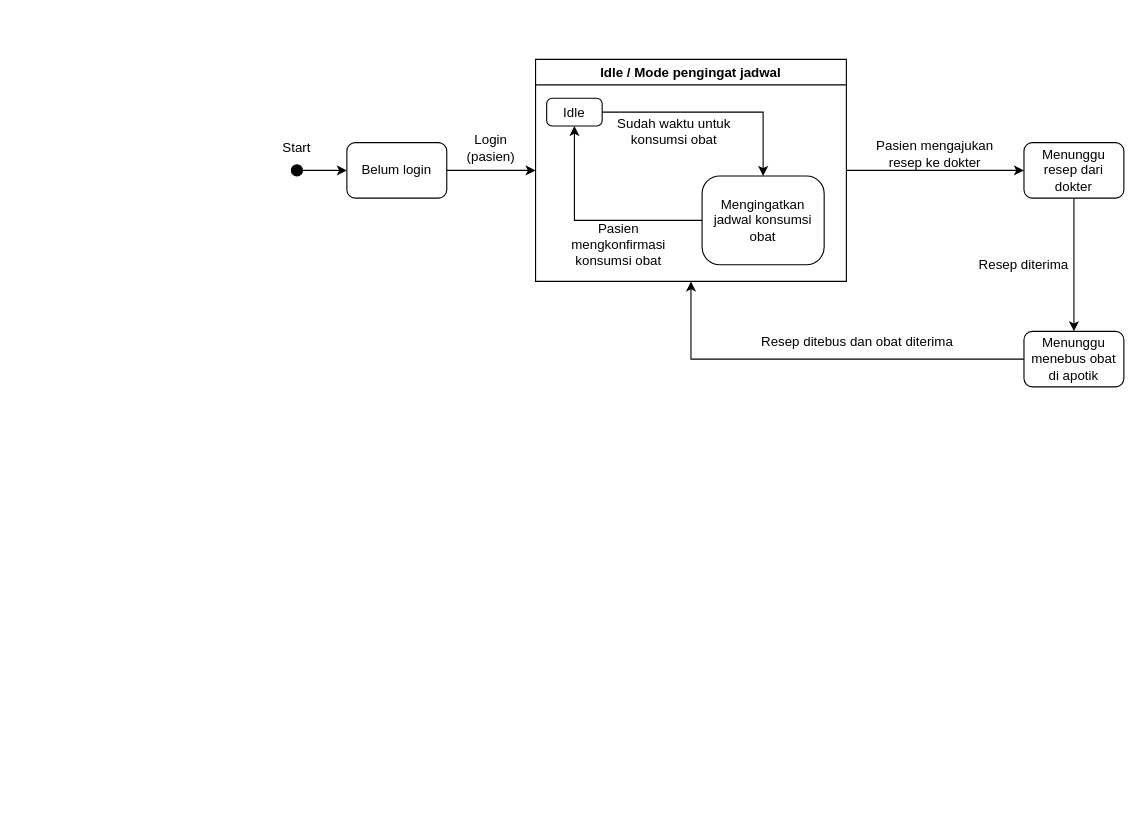
WidadAbida/Praktikum-PPL keeps this draw.io diagram as State Diagram.drawio. Above is the earlier version. Source tidied: cells renumbered, new cells numbered last; positions are measured from the earlier drawing's top-left corner, leaving out a move shared by most shapes. Both pictures are drawn from the tidied source at 111%, with x=0, y=0 at pixel (274, 59).
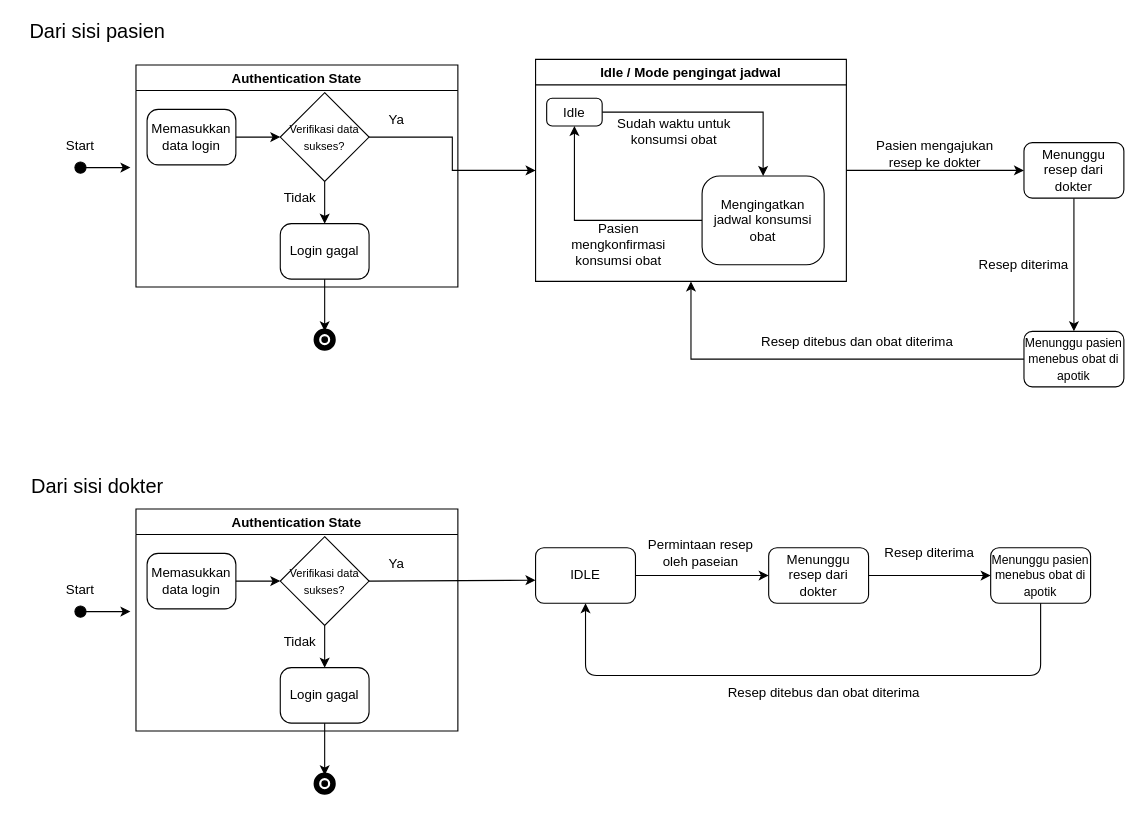
Above is the later version.

The change refers to these unchanged cells:
```xml
<mxCell id="8" value="Idle / Mode pengingat jadwal" style="swimlane;fillColor=#FFFFFF;" parent="1" vertex="1">
  <mxGeometry x="235" width="280" height="200" as="geometry" />
</mxCell>
```

Diff of the diagram source:
```diff
@@
-    <mxCell id="2" style="edgeStyle=orthogonalEdgeStyle;rounded=0;jettySize=auto;html=1;exitX=1;exitY=0.5;exitDx=0;exitDy=0;" parent="1" edge="1" source="3" target="5">
-      <mxGeometry relative="1" as="geometry" />
+    <mxCell id="2" style="edgeStyle=orthogonalEdgeStyle;rounded=0;jettySize=auto;html=1;exitX=1;exitY=0.5;exitDx=0;exitDy=0;" parent="1" edge="1" source="3">
+      <mxGeometry relative="1" as="geometry">
+        <mxPoint x="-130" y="97.5" as="targetPoint" />
+      </mxGeometry>
     </mxCell>
     <mxCell id="3" style="ellipse;whiteSpace=wrap;html=1;fillColor=#000000;" parent="1" vertex="1">
-      <mxGeometry x="15" y="95" width="10" height="10" as="geometry" />
+      <mxGeometry x="-180" y="92.5" width="10" height="10" as="geometry" />
     </mxCell>
-    <mxCell id="4" style="edgeStyle=orthogonalEdgeStyle;rounded=0;jettySize=auto;html=1;exitX=1;exitY=0.5;exitDx=0;exitDy=0;entryX=0;entryY=0.5;entryDx=0;entryDy=0;" parent="1" edge="1" source="5" target="8">
+    <mxCell id="4" style="edgeStyle=orthogonalEdgeStyle;rounded=0;jettySize=auto;html=1;exitX=1;exitY=0.5;exitDx=0;exitDy=0;entryX=0;entryY=0.5;entryDx=0;entryDy=0;" parent="1" edge="1" source="36" target="8">
       <mxGeometry relative="1" as="geometry" />
     </mxCell>
-    <mxCell id="5" value="Belum login" style="rounded=1;whiteSpace=wrap;html=1;fillColor=#FFFFFF;" parent="1" vertex="1">
-      <mxGeometry x="65" y="75" width="90" height="50" as="geometry" />
-    </mxCell>
-    <mxCell id="6" value="Login (pasien)" style="text;html=1;strokeColor=none;fillColor=none;align=center;verticalAlign=middle;whiteSpace=wrap;rounded=0;" parent="1" vertex="1">
-      <mxGeometry x="175" y="70" width="40" height="20" as="geometry" />
-    </mxCell>
@@
     <mxCell id="15" value="Start" style="text;html=1;strokeColor=none;fillColor=none;align=center;verticalAlign=middle;whiteSpace=wrap;rounded=0;" parent="1" vertex="1">
-      <mxGeometry y="70" width="40" height="20" as="geometry" />
+      <mxGeometry x="-195" y="67.5" width="40" height="20" as="geometry" />
     </mxCell>
@@
-    <mxCell id="20" value="Menunggu menebus obat di apotik" style="rounded=1;whiteSpace=wrap;html=1;fillColor=#FFFFFF;" parent="1" vertex="1">
+    <mxCell id="20" value="&lt;font style=&quot;font-size: 11px&quot;&gt;Menunggu pasien menebus obat di apotik&lt;/font&gt;" style="rounded=1;whiteSpace=wrap;html=1;fillColor=#FFFFFF;" parent="1" vertex="1">
       <mxGeometry x="675" y="245" width="90" height="50" as="geometry" />
     </mxCell>
@@
+    <mxCell id="23" value="&lt;font style=&quot;font-size: 18px&quot;&gt;Dari sisi pasien&lt;/font&gt;" style="text;html=1;align=center;verticalAlign=middle;" parent="1" vertex="1">
+      <mxGeometry x="-230" y="-35" width="140" height="20" as="geometry" />
+    </mxCell>
+    <mxCell id="24" value="&lt;font style=&quot;font-size: 18px&quot;&gt;Dari sisi dokter&lt;/font&gt;" style="text;html=1;align=center;verticalAlign=middle;" parent="1" vertex="1">
+      <mxGeometry x="-225" y="375" width="130" height="20" as="geometry" />
+    </mxCell>
+    <mxCell id="25" value="IDLE" style="rounded=1;whiteSpace=wrap;html=1;fillColor=#FFFFFF;" parent="1" vertex="1">
+      <mxGeometry x="235" y="440" width="90" height="50" as="geometry" />
+    </mxCell>
+    <mxCell id="26" style="endArrow=classic;html=1;exitX=1;exitY=0.5;exitDx=0;exitDy=0;entryX=0;entryY=0.5;entryDx=0;entryDy=0;" parent="1" edge="1" source="25" target="28">
+      <mxGeometry relative="1" as="geometry" />
+    </mxCell>
+    <mxCell id="27" value="Permintaan resep oleh paseian" style="text;html=1;strokeColor=none;fillColor=none;align=center;verticalAlign=middle;whiteSpace=wrap;rounded=0;" parent="1" vertex="1">
+      <mxGeometry x="329" y="435" width="110" height="20" as="geometry" />
+    </mxCell>
+    <mxCell id="28" value="Menunggu resep dari dokter" style="rounded=1;whiteSpace=wrap;html=1;fillColor=#FFFFFF;" parent="1" vertex="1">
+      <mxGeometry x="445" y="440" width="90" height="50" as="geometry" />
+    </mxCell>
+    <mxCell id="29" style="endArrow=classic;html=1;exitX=1;exitY=0.5;exitDx=0;exitDy=0;entryX=0;entryY=0.5;entryDx=0;entryDy=0;" parent="1" edge="1" source="28" target="31">
+      <mxGeometry relative="1" as="geometry" />
+    </mxCell>
+    <mxCell id="30" value="Resep diterima" style="text;html=1;strokeColor=none;fillColor=none;align=center;verticalAlign=middle;whiteSpace=wrap;rounded=0;" parent="1" vertex="1">
+      <mxGeometry x="535" y="435" width="110" height="20" as="geometry" />
+    </mxCell>
+    <mxCell id="31" value="&lt;font style=&quot;font-size: 11px&quot;&gt;Menunggu pasien menebus obat di apotik&lt;/font&gt;" style="rounded=1;whiteSpace=wrap;html=1;fillColor=#FFFFFF;" parent="1" vertex="1">
+      <mxGeometry x="645" y="440" width="90" height="50" as="geometry" />
+    </mxCell>
+    <mxCell id="32" style="endArrow=classic;html=1;exitX=0.5;exitY=1;exitDx=0;exitDy=0;entryX=0.5;entryY=1;entryDx=0;entryDy=0;" parent="1" edge="1" source="31" target="25">
+      <mxGeometry relative="1" as="geometry">
+        <Array as="points">
+          <mxPoint x="690" y="555" />
+          <mxPoint x="280" y="555" />
+        </Array>
+      </mxGeometry>
+    </mxCell>
+    <mxCell id="33" value="Resep ditebus dan obat diterima" style="text;html=1;strokeColor=none;fillColor=none;align=center;verticalAlign=middle;whiteSpace=wrap;rounded=0;" parent="1" vertex="1">
+      <mxGeometry x="385" y="561" width="220" height="20" as="geometry" />
+    </mxCell>
+    <mxCell id="34" value="Authentication State" style="swimlane;fillColor=#FFFFFF;" parent="1" vertex="1">
+      <mxGeometry x="-125" y="5" width="290" height="200" as="geometry" />
+    </mxCell>
+    <mxCell id="35" value="Memasukkan data login" style="rounded=1;whiteSpace=wrap;html=1;fillColor=#FFFFFF;arcSize=20;" parent="34" vertex="1">
+      <mxGeometry x="10" y="40" width="80" height="50" as="geometry" />
+    </mxCell>
+    <mxCell id="36" value="&lt;font style=&quot;font-size: 10px&quot;&gt;Verifikasi data sukses?&lt;/font&gt;" style="rhombus;whiteSpace=wrap;html=1;" parent="34" vertex="1">
+      <mxGeometry x="130" y="25" width="80" height="80" as="geometry" />
+    </mxCell>
+    <mxCell id="37" style="endArrow=classic;html=1;exitX=1;exitY=0.5;exitDx=0;exitDy=0;entryX=0;entryY=0.5;entryDx=0;entryDy=0;" parent="34" edge="1" source="35" target="36">
+      <mxGeometry relative="1" as="geometry" />
+    </mxCell>
+    <mxCell id="38" value="Login gagal" style="rounded=1;whiteSpace=wrap;html=1;fillColor=#FFFFFF;arcSize=20;" parent="34" vertex="1">
+      <mxGeometry x="130" y="143" width="80" height="50" as="geometry" />
+    </mxCell>
+    <mxCell id="39" style="endArrow=classic;html=1;exitX=0.5;exitY=1;exitDx=0;exitDy=0;entryX=0.5;entryY=0;entryDx=0;entryDy=0;" parent="34" edge="1" source="36" target="38">
+      <mxGeometry relative="1" as="geometry" />
+    </mxCell>
+    <mxCell id="40" value="Tidak" style="text;html=1;strokeColor=none;fillColor=none;align=center;verticalAlign=middle;whiteSpace=wrap;rounded=0;" parent="34" vertex="1">
+      <mxGeometry x="93" y="110" width="110" height="20" as="geometry" />
+    </mxCell>
+    <mxCell id="41" value="Ya" style="text;html=1;strokeColor=none;fillColor=none;align=center;verticalAlign=middle;whiteSpace=wrap;rounded=0;" parent="34" vertex="1">
+      <mxGeometry x="180" y="40" width="110" height="20" as="geometry" />
+    </mxCell>
+    <mxCell id="42" style="endArrow=classic;html=1;exitX=0.5;exitY=1;exitDx=0;exitDy=0;" parent="1" edge="1" source="38" target="43">
+      <mxGeometry relative="1" as="geometry" />
+    </mxCell>
+    <mxCell id="43" style="shape=ellipse;html=1;dashed=0;whitespace=wrap;strokeWidth=5;perimeter=ellipsePerimeter;" parent="1" vertex="1">
+      <mxGeometry x="37.5" y="245" width="15" height="15" as="geometry" />
+    </mxCell>
+    <mxCell id="44" style="ellipse;whiteSpace=wrap;html=1;fillColor=#000000;" parent="1" vertex="1">
+      <mxGeometry x="42.5" y="250" width="5" height="5" as="geometry" />
+    </mxCell>
+    <mxCell id="45" style="edgeStyle=orthogonalEdgeStyle;rounded=0;jettySize=auto;html=1;exitX=1;exitY=0.5;exitDx=0;exitDy=0;" parent="1" edge="1" source="46">
+      <mxGeometry relative="1" as="geometry">
+        <mxPoint x="-130" y="497.5" as="targetPoint" />
+      </mxGeometry>
+    </mxCell>
+    <mxCell id="46" style="ellipse;whiteSpace=wrap;html=1;fillColor=#000000;" parent="1" vertex="1">
+      <mxGeometry x="-180" y="492.5" width="10" height="10" as="geometry" />
+    </mxCell>
+    <mxCell id="47" value="Start" style="text;html=1;strokeColor=none;fillColor=none;align=center;verticalAlign=middle;whiteSpace=wrap;rounded=0;" parent="1" vertex="1">
+      <mxGeometry x="-195" y="467.5" width="40" height="20" as="geometry" />
+    </mxCell>
+    <mxCell id="48" value="Authentication State" style="swimlane;fillColor=#FFFFFF;" parent="1" vertex="1">
+      <mxGeometry x="-125" y="405" width="290" height="200" as="geometry" />
+    </mxCell>
+    <mxCell id="49" value="Memasukkan data login" style="rounded=1;whiteSpace=wrap;html=1;fillColor=#FFFFFF;arcSize=20;" parent="48" vertex="1">
+      <mxGeometry x="10" y="40" width="80" height="50" as="geometry" />
+    </mxCell>
+    <mxCell id="50" value="&lt;font style=&quot;font-size: 10px&quot;&gt;Verifikasi data sukses?&lt;/font&gt;" style="rhombus;whiteSpace=wrap;html=1;" parent="48" vertex="1">
+      <mxGeometry x="130" y="25" width="80" height="80" as="geometry" />
+    </mxCell>
+    <mxCell id="51" style="endArrow=classic;html=1;exitX=1;exitY=0.5;exitDx=0;exitDy=0;entryX=0;entryY=0.5;entryDx=0;entryDy=0;" parent="48" edge="1" source="49" target="50">
+      <mxGeometry relative="1" as="geometry" />
+    </mxCell>
+    <mxCell id="52" value="Login gagal" style="rounded=1;whiteSpace=wrap;html=1;fillColor=#FFFFFF;arcSize=20;" parent="48" vertex="1">
+      <mxGeometry x="130" y="143" width="80" height="50" as="geometry" />
+    </mxCell>
+    <mxCell id="53" style="endArrow=classic;html=1;exitX=0.5;exitY=1;exitDx=0;exitDy=0;entryX=0.5;entryY=0;entryDx=0;entryDy=0;" parent="48" edge="1" source="50" target="52">
+      <mxGeometry relative="1" as="geometry" />
+    </mxCell>
+    <mxCell id="54" value="Tidak" style="text;html=1;strokeColor=none;fillColor=none;align=center;verticalAlign=middle;whiteSpace=wrap;rounded=0;" parent="48" vertex="1">
+      <mxGeometry x="93" y="110" width="110" height="20" as="geometry" />
+    </mxCell>
+    <mxCell id="55" value="Ya" style="text;html=1;strokeColor=none;fillColor=none;align=center;verticalAlign=middle;whiteSpace=wrap;rounded=0;" parent="48" vertex="1">
+      <mxGeometry x="180" y="40" width="110" height="20" as="geometry" />
+    </mxCell>
+    <mxCell id="56" style="endArrow=classic;html=1;exitX=0.5;exitY=1;exitDx=0;exitDy=0;" parent="1" edge="1" source="52" target="57">
+      <mxGeometry relative="1" as="geometry" />
+    </mxCell>
+    <mxCell id="57" style="shape=ellipse;html=1;dashed=0;whitespace=wrap;strokeWidth=5;perimeter=ellipsePerimeter;" parent="1" vertex="1">
+      <mxGeometry x="37.5" y="645" width="15" height="15" as="geometry" />
+    </mxCell>
+    <mxCell id="58" style="ellipse;whiteSpace=wrap;html=1;fillColor=#000000;" parent="1" vertex="1">
+      <mxGeometry x="42.5" y="650" width="5" height="5" as="geometry" />
+    </mxCell>
+    <mxCell id="59" style="endArrow=classic;html=1;exitX=1;exitY=0.5;exitDx=0;exitDy=0;entryX=-0.001;entryY=0.584;entryDx=0;entryDy=0;entryPerimeter=0;" parent="1" edge="1" source="50" target="25">
+      <mxGeometry relative="1" as="geometry" />
+    </mxCell>
```
